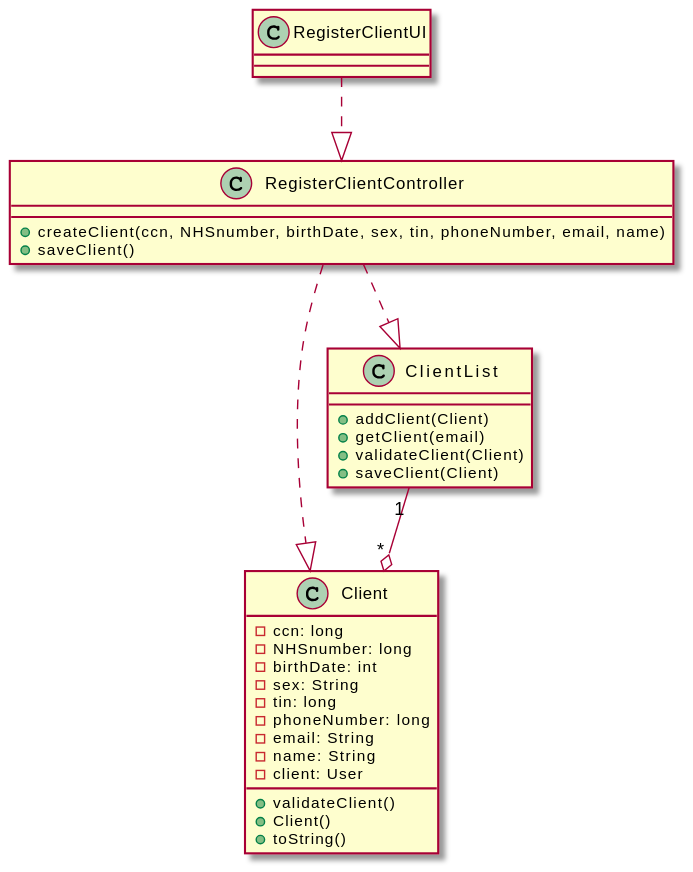
The PlantUML diagram docs/SprintB/US_3/US03-CD.svg in RuiRioPina/LAPR2-20-21, before a commit.
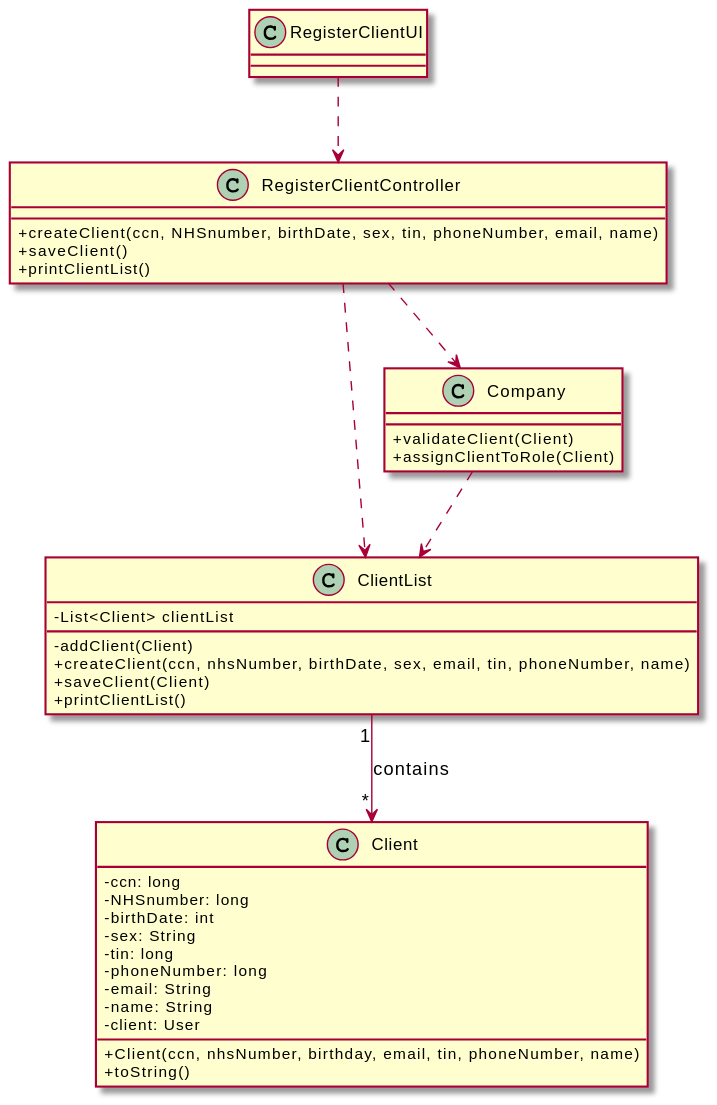
The same file after the commit.

Commit message:
Updating the US-03 Class Diagram [US-03]

Change to the diagram source:
```diff
@@ -1,4 +1,6 @@
 @startuml
+skinparam classAttributeIconSize 0
+
 Class "Client"{
 -ccn: long
 -NHSnumber: long
@@ -9,24 +11,32 @@
 -email: String
 -name: String
 -client: User
-+validateClient()
-+Client()
++Client(ccn, nhsNumber, birthday, email, tin, phoneNumber, name)
 +toString()
 }
 Class "ClientList"{
-+addClient(Client)
-+getClient(email)
+-List<Client> clientList
+-addClient(Client)
++createClient(ccn, nhsNumber, birthDate, sex, email, tin, phoneNumber, name)
++saveClient(Client)
++printClientList()
+}
+
+Class "Company"{
 +validateClient(Client)
-+saveClient(Client)
++assignClientToRole(Client)
 }
 
 Class "RegisterClientController"{
 +createClient(ccn, NHSnumber, birthDate, sex, tin, phoneNumber, email, name)
 +saveClient()
++printClientList()
 }
+
 Class "RegisterClientUI"
-ClientList"1"  --o "*" Client
-RegisterClientController ..|> Client
-RegisterClientController ..|> ClientList
-RegisterClientUI ..|> RegisterClientController
+ClientList"1"  --> "*" Client : contains
+RegisterClientController ..> Company
+RegisterClientController ..> ClientList
+Company ..> ClientList
+RegisterClientUI ..> RegisterClientController
 @enduml
```
